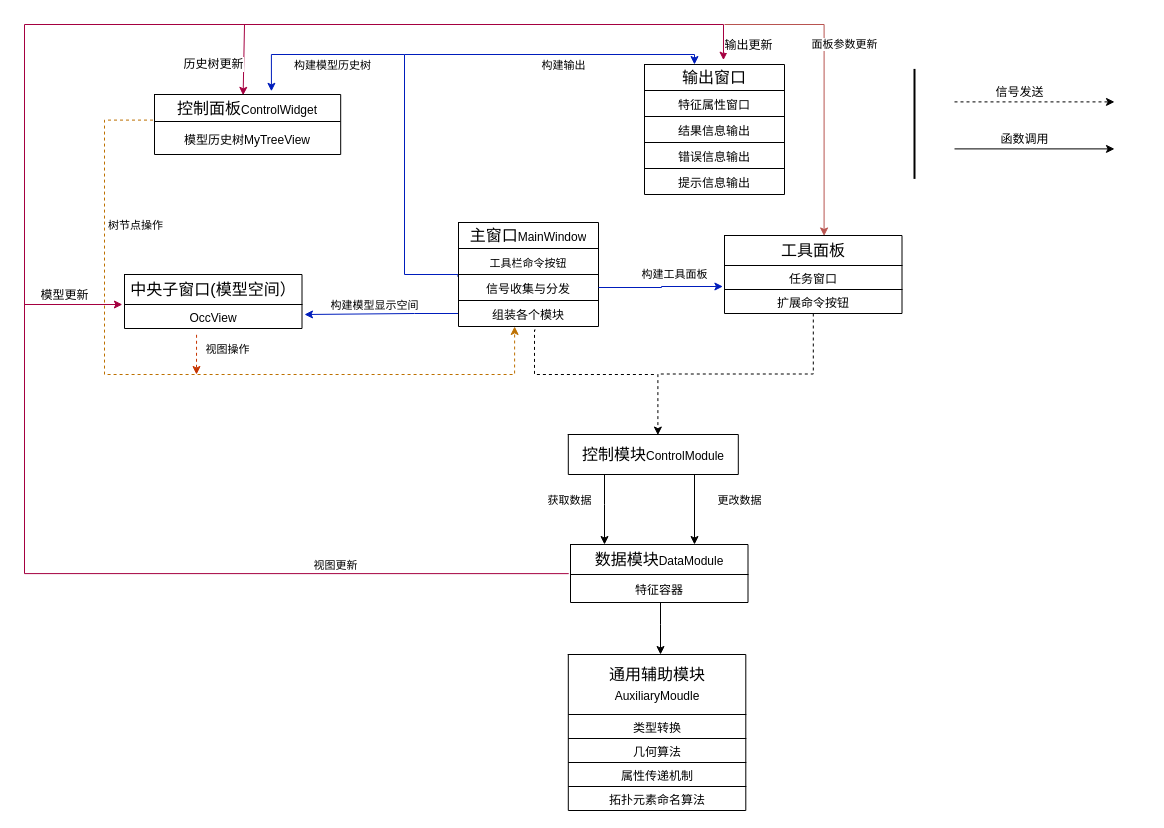
Before: 架构最新.drawio in liuhuliuhu123/First-test, a draw.io diagram. Source tidied: cells renumbered, new cells numbered last; positions are measured from the earlier drawing's top-left corner, leaving out a move shared by most shapes. Both pictures are drawn from the tidied source at 100%, with x=0, y=0 at pixel (24, 24).
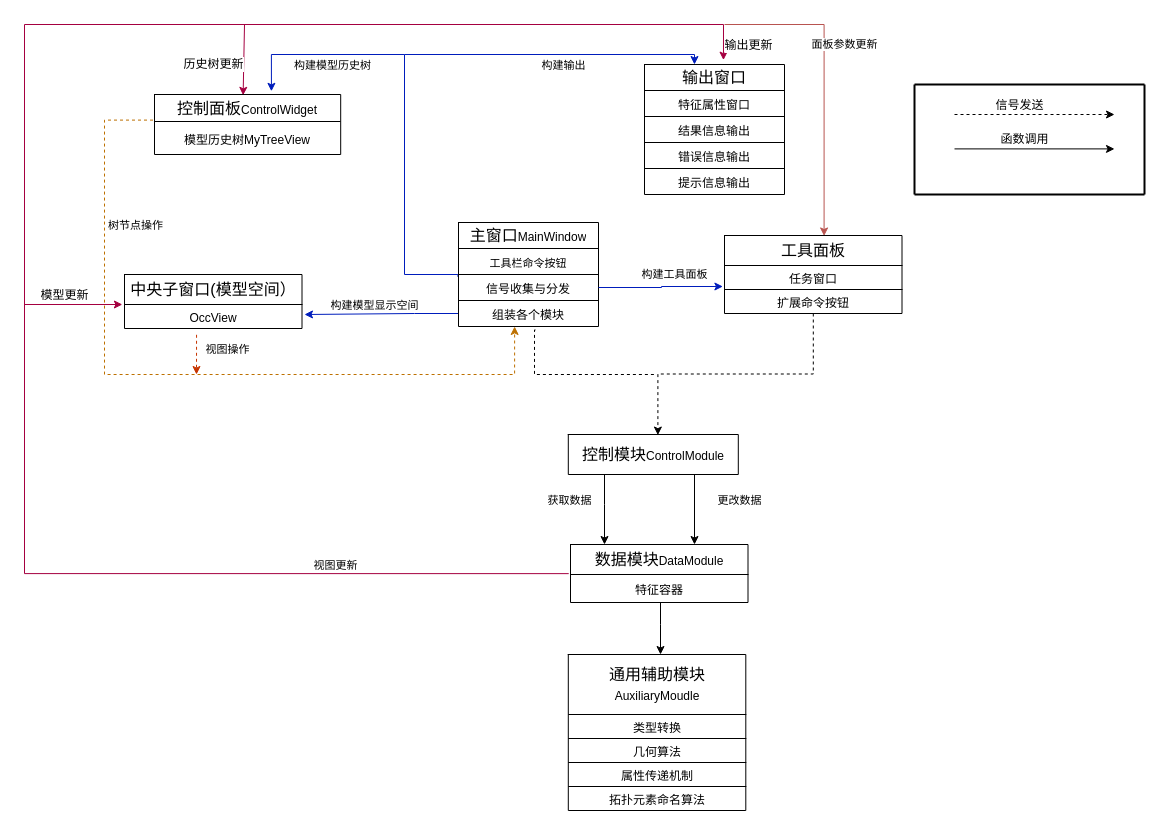
After the change.

Commit message (it also covers changes not shown here):
更新架构最新.drawio

The edit, as a diff of the source:
```diff
@@
     <mxCell id="81" style="endArrow=classic;html=1;rounded=0;fontSize=12;dashed=1;" parent="1" edge="1">
       <mxGeometry relative="1" as="geometry">
-        <mxPoint x="930" y="77.4" as="sourcePoint" />
-        <mxPoint x="1090" y="77.4" as="targetPoint" />
+        <mxPoint x="930" y="90" as="sourcePoint" />
+        <mxPoint x="1090" y="90" as="targetPoint" />
       </mxGeometry>
     </mxCell>
@@
     <mxCell id="85" style="endArrow=none;html=1;strokeWidth=2;rounded=0;fontSize=12;" parent="1" edge="1">
       <mxGeometry relative="1" as="geometry">
-        <mxPoint x="890" y="154.4" as="sourcePoint" />
-        <mxPoint x="890" y="44.4" as="targetPoint" />
+        <mxPoint x="890" y="170" as="sourcePoint" />
+        <mxPoint x="890" y="60" as="targetPoint" />
       </mxGeometry>
     </mxCell>
@@
+    <mxCell id="87" style="endArrow=none;html=1;strokeWidth=2;rounded=0;fontSize=12;" parent="1" edge="1">
+      <mxGeometry relative="1" as="geometry">
+        <mxPoint x="890" y="60" as="sourcePoint" />
+        <mxPoint x="1120" y="60" as="targetPoint" />
+      </mxGeometry>
+    </mxCell>
+    <mxCell id="88" style="endArrow=none;html=1;strokeWidth=2;rounded=0;fontSize=12;" parent="1" edge="1">
+      <mxGeometry relative="1" as="geometry">
+        <mxPoint x="1120" y="170" as="sourcePoint" />
+        <mxPoint x="890" y="170" as="targetPoint" />
+      </mxGeometry>
+    </mxCell>
+    <mxCell id="89" style="endArrow=none;html=1;strokeWidth=2;rounded=0;fontSize=12;" parent="1" edge="1">
+      <mxGeometry relative="1" as="geometry">
+        <mxPoint x="1120" y="170" as="sourcePoint" />
+        <mxPoint x="1120" y="60" as="targetPoint" />
+      </mxGeometry>
+    </mxCell>
```
